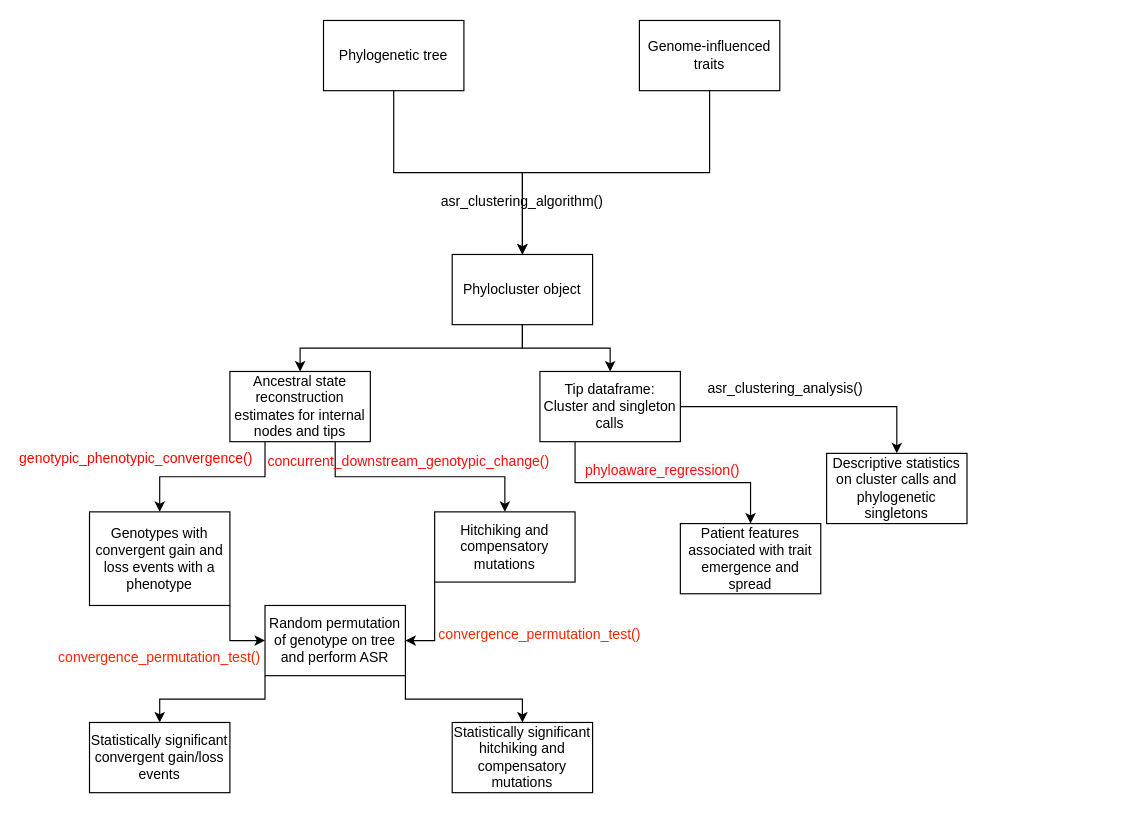
kylegontjes/phyloAMR keeps this draw.io diagram as Phylosuite.drawio. Above is the earlier version. Source tidied: cells renumbered, new cells numbered last; positions are measured from the earlier drawing's top-left corner, leaving out a move shared by most shapes. Both pictures are drawn from the tidied source at 117%, with x=0, y=0 at pixel (89, 20).
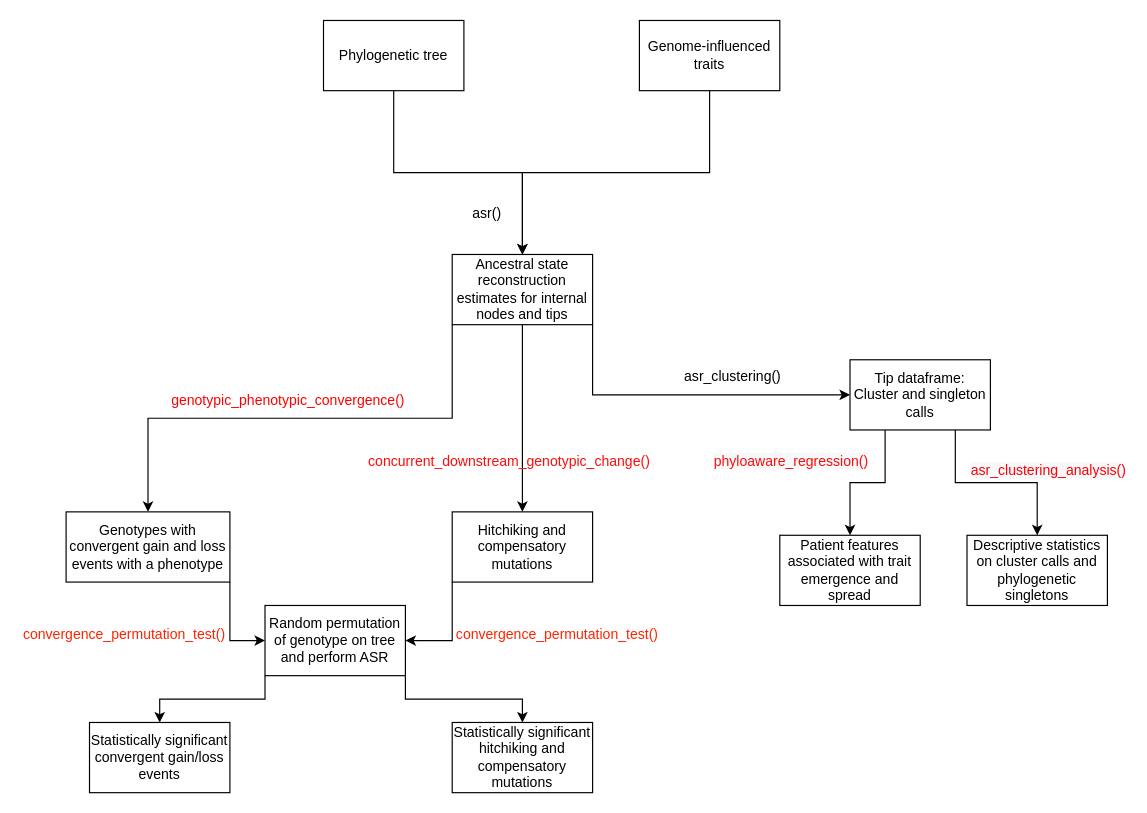
Above is the later version.

Commit message:
Update phylosuite diagram to reflect update to the approach and highlight what functions are done

What changed in the source:
```diff
@@
-    <mxCell id="4" style="edgeStyle=orthogonalEdgeStyle;rounded=0;jettySize=auto;html=1;exitX=0.5;exitY=1;exitDx=0;exitDy=0;entryX=0.5;entryY=0;entryDx=0;entryDy=0;" parent="1" edge="1" source="6" target="10">
-      <mxGeometry relative="1" as="geometry" />
-    </mxCell>
-    <mxCell id="5" style="edgeStyle=orthogonalEdgeStyle;rounded=0;jettySize=auto;html=1;exitX=0.5;exitY=1;exitDx=0;exitDy=0;entryX=0.5;entryY=0;entryDx=0;entryDy=0;" parent="1" edge="1" source="6" target="13">
+    <mxCell id="5" style="edgeStyle=orthogonalEdgeStyle;rounded=0;jettySize=auto;html=1;exitX=1;exitY=1;exitDx=0;exitDy=0;entryX=0;entryY=0.5;entryDx=0;entryDy=0;" parent="1" edge="1" source="6" target="13">
       <mxGeometry relative="1" as="geometry" />
     </mxCell>
+    <mxCell id="33" style="edgeStyle=orthogonalEdgeStyle;rounded=0;jettySize=auto;html=1;exitX=0;exitY=1;exitDx=0;exitDy=0;" parent="1" edge="1" source="6" target="17">
+      <mxGeometry relative="1" as="geometry" />
+    </mxCell>
+    <mxCell id="34" style="edgeStyle=orthogonalEdgeStyle;rounded=0;jettySize=auto;html=1;exitX=0.5;exitY=1;exitDx=0;exitDy=0;" parent="1" edge="1" source="6" target="22">
+      <mxGeometry relative="1" as="geometry" />
+    </mxCell>
-    <mxCell id="6" value="Phylocluster object" style="rounded=0;whiteSpace=wrap;html=1;" parent="1" vertex="1">
+    <mxCell id="6" value="Ancestral state reconstruction estimates for internal nodes and tips" style="rounded=0;whiteSpace=wrap;html=1;" parent="1" vertex="1">
       <mxGeometry x="310" y="200" width="120" height="60" as="geometry" />
     </mxCell>
-    <mxCell id="7" value="asr_clustering_algorithm()" style="text;strokeColor=none;align=center;fillColor=none;html=1;verticalAlign=middle;whiteSpace=wrap;rounded=0;" parent="1" vertex="1">
-      <mxGeometry x="340" y="140" width="60" height="30" as="geometry" />
+    <mxCell id="7" value="asr()" style="text;strokeColor=none;align=center;fillColor=none;html=1;verticalAlign=middle;whiteSpace=wrap;rounded=0;" parent="1" vertex="1">
+      <mxGeometry x="310" y="150" width="60" height="30" as="geometry" />
     </mxCell>
-    <mxCell id="8" style="edgeStyle=orthogonalEdgeStyle;rounded=0;jettySize=auto;html=1;exitX=0.25;exitY=1;exitDx=0;exitDy=0;entryX=0.5;entryY=0;entryDx=0;entryDy=0;" parent="1" edge="1" source="10" target="17">
-      <mxGeometry relative="1" as="geometry" />
-    </mxCell>
-    <mxCell id="9" style="edgeStyle=orthogonalEdgeStyle;rounded=0;jettySize=auto;html=1;exitX=0.75;exitY=1;exitDx=0;exitDy=0;entryX=0.5;entryY=0;entryDx=0;entryDy=0;" parent="1" edge="1" source="10" target="22">
-      <mxGeometry relative="1" as="geometry" />
-    </mxCell>
-    <mxCell id="10" value="Ancestral state reconstruction estimates for internal nodes and tips" style="rounded=0;whiteSpace=wrap;html=1;" parent="1" vertex="1">
-      <mxGeometry x="120" y="300" width="120" height="60" as="geometry" />
-    </mxCell>
-    <mxCell id="11" style="edgeStyle=orthogonalEdgeStyle;rounded=0;jettySize=auto;html=1;exitX=1;exitY=0.5;exitDx=0;exitDy=0;entryX=0.5;entryY=0;entryDx=0;entryDy=0;" parent="1" edge="1" source="13" target="14">
-      <mxGeometry relative="1" as="geometry" />
-    </mxCell>
-    <mxCell id="12" style="edgeStyle=orthogonalEdgeStyle;rounded=0;jettySize=auto;html=1;exitX=0.25;exitY=1;exitDx=0;exitDy=0;entryX=0.5;entryY=0;entryDx=0;entryDy=0;" parent="1" edge="1" source="13" target="19">
-      <mxGeometry relative="1" as="geometry" />
-    </mxCell>
-    <mxCell id="13" value="Tip dataframe: Cluster and singleton calls" style="rounded=0;whiteSpace=wrap;html=1;" parent="1" vertex="1">
-      <mxGeometry x="385" y="300" width="120" height="60" as="geometry" />
-    </mxCell>
     <mxCell id="14" value="Descriptive statistics on cluster calls and phylogenetic singletons" style="rounded=0;whiteSpace=wrap;html=1;" parent="1" vertex="1">
-      <mxGeometry x="630" y="370" width="120" height="60" as="geometry" />
+      <mxGeometry x="750" y="440" width="120" height="60" as="geometry" />
     </mxCell>
-    <mxCell id="15" value="asr_clustering_analysis()" style="text;strokeColor=none;align=center;fillColor=none;html=1;verticalAlign=middle;whiteSpace=wrap;rounded=0;" parent="1" vertex="1">
-      <mxGeometry x="565" y="300" width="60" height="30" as="geometry" />
+    <mxCell id="15" value="asr_clustering()" style="text;strokeColor=none;align=center;fillColor=none;html=1;verticalAlign=middle;whiteSpace=wrap;rounded=0;" parent="1" vertex="1">
+      <mxGeometry x="520" y="290" width="60" height="30" as="geometry" />
     </mxCell>
@@
     <mxCell id="17" value="Genotypes with convergent gain and loss events with a phenotype" style="rounded=0;whiteSpace=wrap;html=1;textDirection=ltr;horizontal=1;verticalAlign=middle;" parent="1" vertex="1">
-      <mxGeometry y="420" width="120" height="80" as="geometry" />
+      <mxGeometry x="-20" y="420" width="140" height="60" as="geometry" />
     </mxCell>
     <mxCell id="18" value="&lt;span style=&quot;text-align: start; background-color: rgb(255, 255, 255);&quot;&gt;&lt;font style=&quot;&quot; face=&quot;Helvetica&quot;&gt;genotypic_phenotypic_convergence()&lt;/font&gt;&lt;/span&gt;" style="text;strokeColor=none;align=center;fillColor=none;html=1;verticalAlign=middle;whiteSpace=wrap;rounded=0;fontColor=#FF0000;" parent="1" vertex="1">
-      <mxGeometry x="10" y="360" width="60" height="30" as="geometry" />
+      <mxGeometry x="140" y="310" width="60" height="30" as="geometry" />
     </mxCell>
     <mxCell id="19" value="Patient features associated with trait emergence and spread" style="rounded=0;whiteSpace=wrap;html=1;" parent="1" vertex="1">
-      <mxGeometry x="505" y="430" width="120" height="60" as="geometry" />
+      <mxGeometry x="590" y="440" width="120" height="60" as="geometry" />
     </mxCell>
     <mxCell id="20" value="&lt;span style=&quot;text-align: start; background-color: rgb(246, 248, 250);&quot;&gt;&lt;font style=&quot;&quot; face=&quot;Helvetica&quot;&gt;phyloaware_regression()&lt;/font&gt;&lt;/span&gt;" style="text;strokeColor=none;align=center;fillColor=none;html=1;verticalAlign=middle;whiteSpace=wrap;rounded=0;fontColor=#FF0C0C;" parent="1" vertex="1">
-      <mxGeometry x="460" y="370" width="60" height="30" as="geometry" />
+      <mxGeometry x="570" y="362" width="60" height="30" as="geometry" />
     </mxCell>
@@
     <mxCell id="22" value="Hitchiking and compensatory mutations" style="whiteSpace=wrap;html=1;" parent="1" vertex="1">
-      <mxGeometry x="295" y="420" width="120" height="60" as="geometry" />
+      <mxGeometry x="310" y="420" width="120" height="60" as="geometry" />
     </mxCell>
     <mxCell id="23" value="&lt;div style=&quot;text-align: start;&quot;&gt;&lt;span style=&quot;background-color: transparent;&quot;&gt;concurrent_downstream_genotypic_change()&lt;/span&gt;&lt;/div&gt;" style="text;strokeColor=none;align=center;fillColor=none;html=1;verticalAlign=middle;whiteSpace=wrap;rounded=0;fontColor=#FF0C0C;" parent="1" vertex="1">
-      <mxGeometry x="243" y="362" width="60" height="30" as="geometry" />
+      <mxGeometry x="329" y="362" width="60" height="30" as="geometry" />
     </mxCell>
@@
     <mxCell id="28" value="&lt;span style=&quot;color: rgb(255, 36, 2);&quot;&gt;convergence_permutation_test()&lt;/span&gt;" style="text;strokeColor=none;align=center;fillColor=none;html=1;verticalAlign=middle;whiteSpace=wrap;rounded=0;" parent="1" vertex="1">
-      <mxGeometry x="30" y="530" width="60" height="30" as="geometry" />
+      <mxGeometry y="510" width="60" height="30" as="geometry" />
     </mxCell>
     <mxCell id="29" value="&lt;span style=&quot;color: rgb(255, 36, 2);&quot;&gt;convergence_permutation_test()&lt;/span&gt;" style="text;strokeColor=none;align=center;fillColor=none;html=1;verticalAlign=middle;whiteSpace=wrap;rounded=0;" parent="1" vertex="1">
-      <mxGeometry x="355" y="510" width="60" height="30" as="geometry" />
+      <mxGeometry x="370" y="510" width="60" height="30" as="geometry" />
     </mxCell>
@@
+    <mxCell id="12" style="edgeStyle=orthogonalEdgeStyle;rounded=0;jettySize=auto;html=1;exitX=0.25;exitY=1;exitDx=0;exitDy=0;" parent="1" edge="1" source="13" target="19">
+      <mxGeometry relative="1" as="geometry" />
+    </mxCell>
+    <mxCell id="11" style="edgeStyle=orthogonalEdgeStyle;rounded=0;jettySize=auto;html=1;exitX=0.75;exitY=1;exitDx=0;exitDy=0;" parent="1" edge="1" source="13" target="14">
+      <mxGeometry relative="1" as="geometry" />
+    </mxCell>
+    <mxCell id="13" value="Tip dataframe: Cluster and singleton calls" style="rounded=0;whiteSpace=wrap;html=1;" parent="1" vertex="1">
+      <mxGeometry x="650" y="290" width="120" height="60" as="geometry" />
+    </mxCell>
+    <mxCell id="35" value="&lt;span style=&quot;text-align: start; background-color: rgb(246, 248, 250);&quot;&gt;&lt;font style=&quot;color: rgb(255, 0, 0);&quot; face=&quot;Helvetica&quot;&gt;asr_clustering_analysis()&lt;/font&gt;&lt;/span&gt;" style="text;strokeColor=none;align=center;fillColor=none;html=1;verticalAlign=middle;whiteSpace=wrap;rounded=0;fontColor=#FF0C0C;" parent="1" vertex="1">
+      <mxGeometry x="790" y="370" width="60" height="30" as="geometry" />
+    </mxCell>
```
